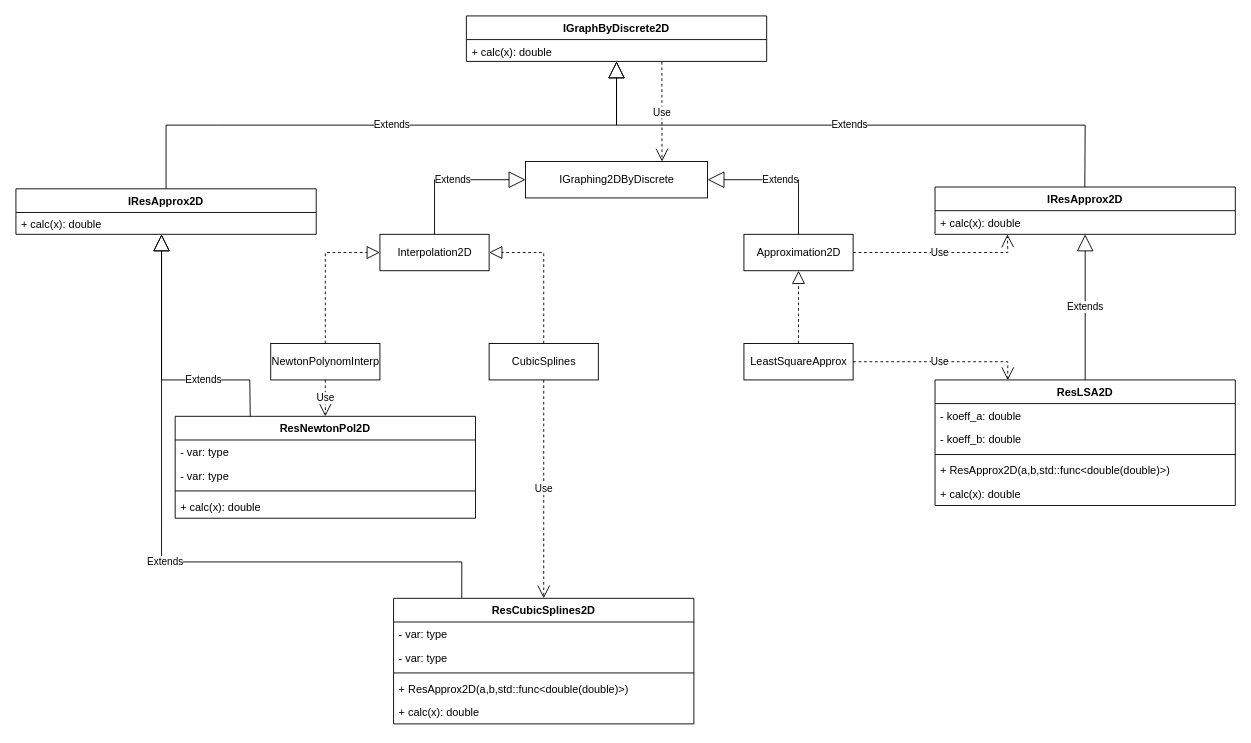
This is ProjectDiagramm.drawio from Ulqiora/Interpolation_and_approximation, a draw.io file, before an edit. Source tidied: cells renumbered, new cells numbered last; positions are measured from the earlier drawing's top-left corner, leaving out a move shared by most shapes. Both pictures are drawn from the tidied source at 91%, with x=0, y=0 at pixel (15, 15).
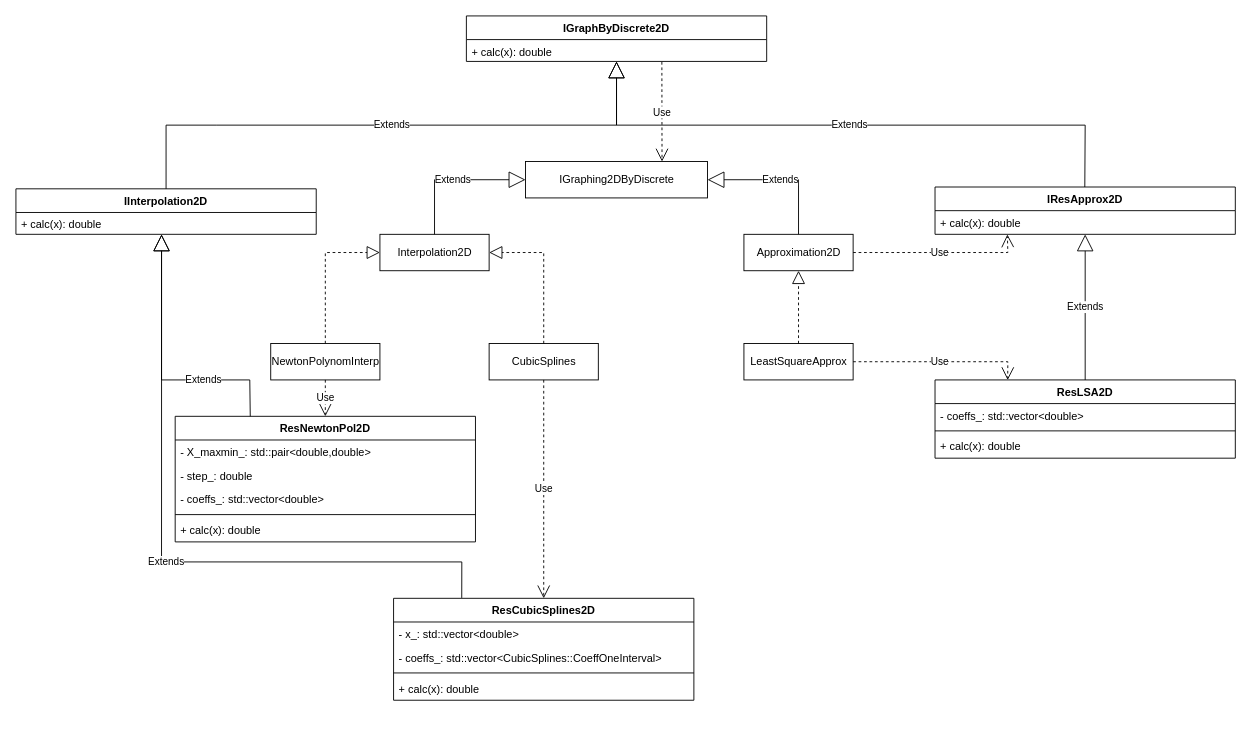
The same diagram, later.

Commit message:
Дополнение диаграммы относительно кода

Diff of the diagram source:
```diff
@@
     <mxCell id="13" value="ResLSA2D" style="swimlane;fontStyle=1;align=center;verticalAlign=top;horizontal=1;startSize=26;" parent="1" vertex="1">
-      <mxGeometry x="1010" y="400" width="330" height="138" as="geometry" />
+      <mxGeometry x="1010" y="400" width="330" height="86" as="geometry" />
     </mxCell>
-    <mxCell id="14" value="- koeff_a: double" style="text;strokeColor=none;fillColor=none;align=left;verticalAlign=top;spacingLeft=4;spacingRight=4;overflow=hidden;" parent="13" vertex="1">
+    <mxCell id="14" value="- coeffs_: std::vector&lt;double&gt;" style="text;strokeColor=none;fillColor=none;align=left;verticalAlign=top;spacingLeft=4;spacingRight=4;overflow=hidden;" parent="13" vertex="1">
       <mxGeometry y="26" width="330" height="26" as="geometry" />
     </mxCell>
-    <mxCell id="15" value="- koeff_b: double" style="text;strokeColor=none;fillColor=none;align=left;verticalAlign=top;spacingLeft=4;spacingRight=4;overflow=hidden;" parent="13" vertex="1">
-      <mxGeometry y="52" width="330" height="26" as="geometry" />
-    </mxCell>
     <mxCell id="16" style="line;strokeWidth=1;fillColor=none;align=left;verticalAlign=middle;spacingTop=-1;spacingLeft=3;spacingRight=3;labelPosition=right;strokeColor=inherit;" parent="13" vertex="1">
-      <mxGeometry y="78" width="330" height="8" as="geometry" />
+      <mxGeometry y="52" width="330" height="8" as="geometry" />
     </mxCell>
-    <mxCell id="17" value="+ ResApprox2D(a,b,std::func&lt;double(double)&gt;)" style="text;strokeColor=none;fillColor=none;align=left;verticalAlign=top;spacingLeft=4;spacingRight=4;overflow=hidden;" parent="13" vertex="1">
-      <mxGeometry y="86" width="330" height="26" as="geometry" />
-    </mxCell>
     <mxCell id="18" value="+ calc(x): double" style="text;strokeColor=none;fillColor=none;align=left;verticalAlign=top;spacingLeft=4;spacingRight=4;overflow=hidden;" parent="13" vertex="1">
-      <mxGeometry y="112" width="330" height="26" as="geometry" />
+      <mxGeometry y="60" width="330" height="26" as="geometry" />
     </mxCell>
@@
     <mxCell id="27" value="ResNewtonPol2D" style="swimlane;fontStyle=1;align=center;verticalAlign=top;horizontal=1;startSize=26;" parent="1" vertex="1">
-      <mxGeometry x="175" y="440" width="330" height="112" as="geometry" />
+      <mxGeometry x="175" y="440" width="330" height="138" as="geometry" />
     </mxCell>
-    <mxCell id="28" value="- var: type" style="text;strokeColor=none;fillColor=none;align=left;verticalAlign=top;spacingLeft=4;spacingRight=4;overflow=hidden;" parent="27" vertex="1">
+    <mxCell id="28" value="- X_maxmin_: std::pair&lt;double,double&gt;" style="text;strokeColor=none;fillColor=none;align=left;verticalAlign=top;spacingLeft=4;spacingRight=4;overflow=hidden;" parent="27" vertex="1">
       <mxGeometry y="26" width="330" height="26" as="geometry" />
     </mxCell>
-    <mxCell id="29" value="- var: type" style="text;strokeColor=none;fillColor=none;align=left;verticalAlign=top;spacingLeft=4;spacingRight=4;overflow=hidden;" parent="27" vertex="1">
+    <mxCell id="29" value="- step_: double" style="text;strokeColor=none;fillColor=none;align=left;verticalAlign=top;spacingLeft=4;spacingRight=4;overflow=hidden;" parent="27" vertex="1">
       <mxGeometry y="52" width="330" height="26" as="geometry" />
     </mxCell>
+    <mxCell id="46" value="- coeffs_: std::vector&lt;double&gt;" style="text;strokeColor=none;fillColor=none;align=left;verticalAlign=top;spacingLeft=4;spacingRight=4;overflow=hidden;" parent="27" vertex="1">
+      <mxGeometry y="78" width="330" height="26" as="geometry" />
+    </mxCell>
     <mxCell id="30" style="line;strokeWidth=1;fillColor=none;align=left;verticalAlign=middle;spacingTop=-1;spacingLeft=3;spacingRight=3;labelPosition=right;strokeColor=inherit;" parent="27" vertex="1">
-      <mxGeometry y="78" width="330" height="8" as="geometry" />
+      <mxGeometry y="104" width="330" height="8" as="geometry" />
     </mxCell>
     <mxCell id="31" value="+ calc(x): double" style="text;strokeColor=none;fillColor=none;align=left;verticalAlign=top;spacingLeft=4;spacingRight=4;overflow=hidden;" parent="27" vertex="1">
-      <mxGeometry y="86" width="330" height="26" as="geometry" />
+      <mxGeometry y="112" width="330" height="26" as="geometry" />
     </mxCell>
     <mxCell id="32" value="ResCubicSplines2D" style="swimlane;fontStyle=1;align=center;verticalAlign=top;horizontal=1;startSize=26;" parent="1" vertex="1">
-      <mxGeometry x="415" y="640" width="330" height="138" as="geometry" />
+      <mxGeometry x="415" y="640" width="330" height="112" as="geometry" />
     </mxCell>
-    <mxCell id="33" value="- var: type" style="text;strokeColor=none;fillColor=none;align=left;verticalAlign=top;spacingLeft=4;spacingRight=4;overflow=hidden;" parent="32" vertex="1">
+    <mxCell id="33" value="- x_: std::vector&lt;double&gt;" style="text;strokeColor=none;fillColor=none;align=left;verticalAlign=top;spacingLeft=4;spacingRight=4;overflow=hidden;" parent="32" vertex="1">
       <mxGeometry y="26" width="330" height="26" as="geometry" />
     </mxCell>
-    <mxCell id="34" value="- var: type" style="text;strokeColor=none;fillColor=none;align=left;verticalAlign=top;spacingLeft=4;spacingRight=4;overflow=hidden;" parent="32" vertex="1">
+    <mxCell id="34" value="- coeffs_: std::vector&lt;CubicSplines::CoeffOneInterval&gt;" style="text;strokeColor=none;fillColor=none;align=left;verticalAlign=top;spacingLeft=4;spacingRight=4;overflow=hidden;" parent="32" vertex="1">
       <mxGeometry y="52" width="330" height="26" as="geometry" />
     </mxCell>
@@
-    <mxCell id="36" value="+ ResApprox2D(a,b,std::func&lt;double(double)&gt;)" style="text;strokeColor=none;fillColor=none;align=left;verticalAlign=top;spacingLeft=4;spacingRight=4;overflow=hidden;" parent="32" vertex="1">
-      <mxGeometry y="86" width="330" height="26" as="geometry" />
-    </mxCell>
     <mxCell id="37" value="+ calc(x): double" style="text;strokeColor=none;fillColor=none;align=left;verticalAlign=top;spacingLeft=4;spacingRight=4;overflow=hidden;" parent="32" vertex="1">
-      <mxGeometry y="112" width="330" height="26" as="geometry" />
+      <mxGeometry y="86" width="330" height="26" as="geometry" />
     </mxCell>
@@
-    <mxCell id="41" value="IResApprox2D" style="swimlane;fontStyle=1;align=center;verticalAlign=top;horizontal=1;startSize=26;" parent="1" vertex="1">
+    <mxCell id="41" value="IInterpolation2D" style="swimlane;fontStyle=1;align=center;verticalAlign=top;horizontal=1;startSize=26;" parent="1" vertex="1">
       <mxGeometry y="190" width="330" height="50" as="geometry" />
     </mxCell>
```
